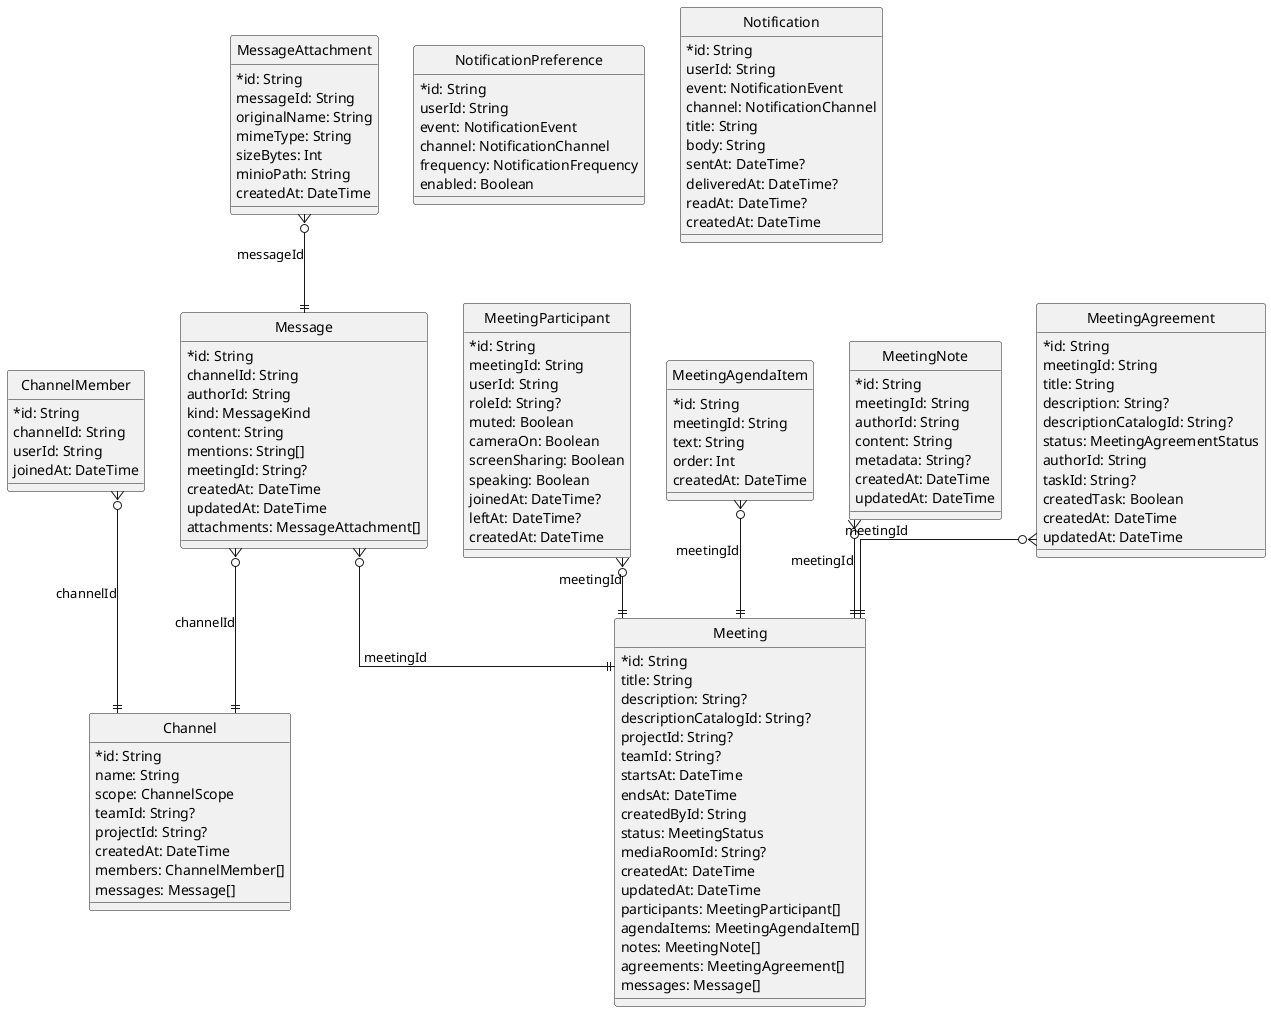
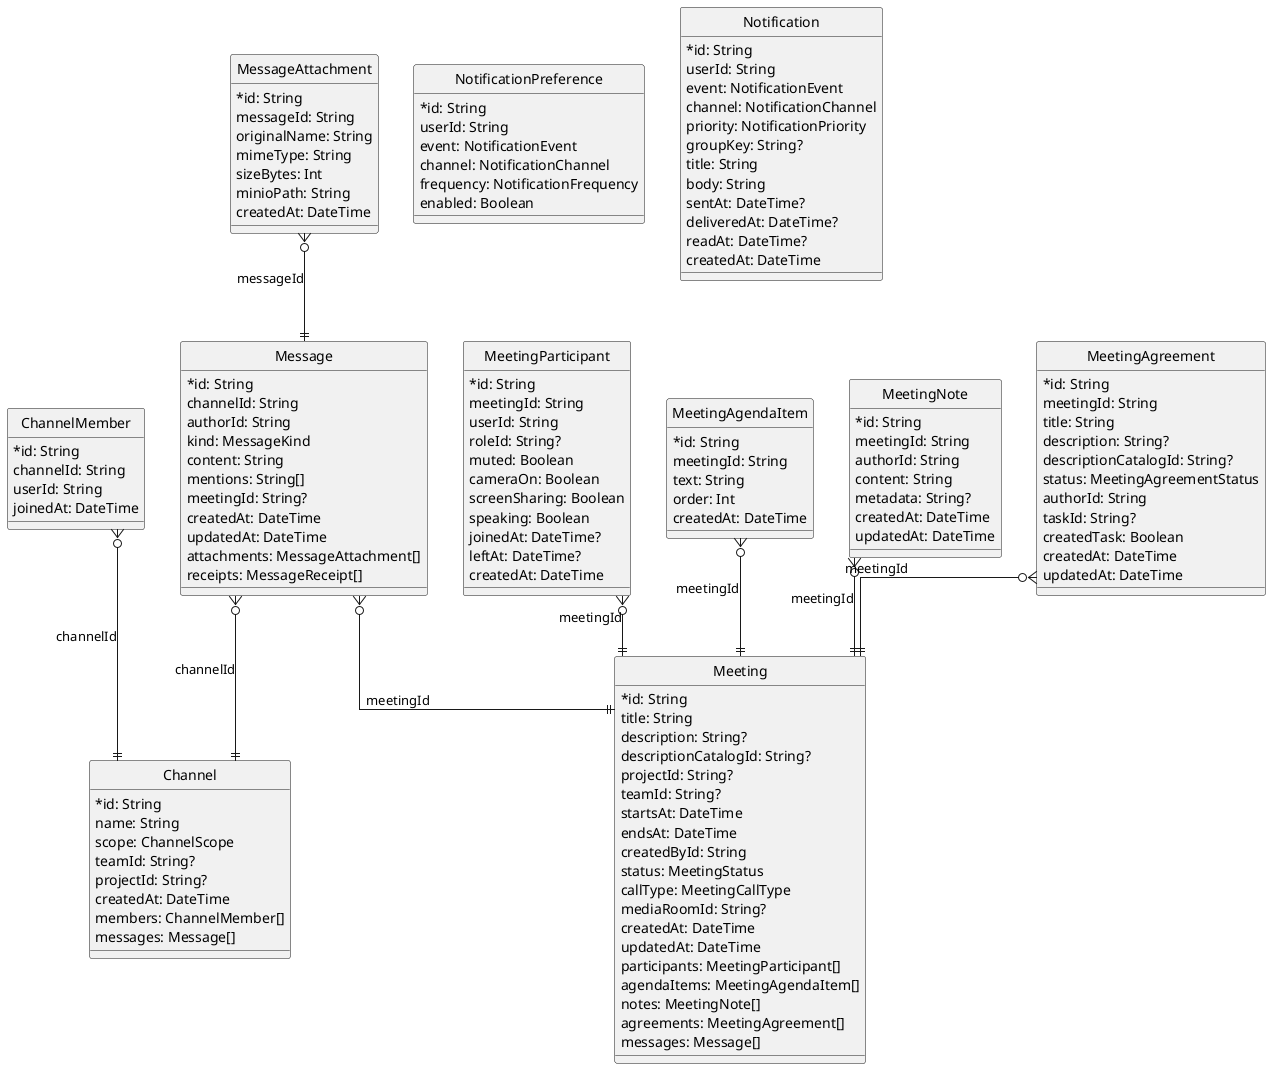
@startuml
hide circle
skinparam linetype ortho
skinparam classAttributeIconSize 0

entity "Channel" as Channel {
  * id: String
    name: String
    scope: ChannelScope
    teamId: String?
    projectId: String?
    createdAt: DateTime
    members: ChannelMember[]
    messages: Message[]
}

entity "ChannelMember" as ChannelMember {
  * id: String
    channelId: String
    userId: String
    joinedAt: DateTime
}

entity "Message" as Message {
  * id: String
    channelId: String
    authorId: String
    kind: MessageKind
    content: String
    mentions: String[]
    meetingId: String?
    createdAt: DateTime
    updatedAt: DateTime
    attachments: MessageAttachment[]
+     receipts: MessageReceipt[]
}

entity "MessageAttachment" as MessageAttachment {
  * id: String
    messageId: String
    originalName: String
    mimeType: String
    sizeBytes: Int
    minioPath: String
    createdAt: DateTime
}

entity "Meeting" as Meeting {
  * id: String
    title: String
    description: String?
    descriptionCatalogId: String?
    projectId: String?
    teamId: String?
    startsAt: DateTime
    endsAt: DateTime
    createdById: String
    status: MeetingStatus
+     callType: MeetingCallType
    mediaRoomId: String?
    createdAt: DateTime
    updatedAt: DateTime
    participants: MeetingParticipant[]
    agendaItems: MeetingAgendaItem[]
    notes: MeetingNote[]
    agreements: MeetingAgreement[]
    messages: Message[]
}

entity "MeetingParticipant" as MeetingParticipant {
  * id: String
    meetingId: String
    userId: String
    roleId: String?
    muted: Boolean
    cameraOn: Boolean
    screenSharing: Boolean
    speaking: Boolean
    joinedAt: DateTime?
    leftAt: DateTime?
    createdAt: DateTime
}

entity "MeetingAgendaItem" as MeetingAgendaItem {
  * id: String
    meetingId: String
    text: String
    order: Int
    createdAt: DateTime
}

entity "MeetingNote" as MeetingNote {
  * id: String
    meetingId: String
    authorId: String
    content: String
    metadata: String?
    createdAt: DateTime
    updatedAt: DateTime
}

entity "MeetingAgreement" as MeetingAgreement {
  * id: String
    meetingId: String
    title: String
    description: String?
    descriptionCatalogId: String?
    status: MeetingAgreementStatus
    authorId: String
    taskId: String?
    createdTask: Boolean
    createdAt: DateTime
    updatedAt: DateTime
}

entity "NotificationPreference" as NotificationPreference {
  * id: String
    userId: String
    event: NotificationEvent
    channel: NotificationChannel
    frequency: NotificationFrequency
    enabled: Boolean
}

entity "Notification" as Notification {
  * id: String
    userId: String
    event: NotificationEvent
    channel: NotificationChannel
+     priority: NotificationPriority
+     groupKey: String?
    title: String
    body: String
    sentAt: DateTime?
    deliveredAt: DateTime?
    readAt: DateTime?
    createdAt: DateTime
}

ChannelMember }o--|| Channel : channelId
Message }o--|| Channel : channelId
Message }o--|| Meeting : meetingId
MessageAttachment }o--|| Message : messageId
MeetingParticipant }o--|| Meeting : meetingId
MeetingAgendaItem }o--|| Meeting : meetingId
MeetingNote }o--|| Meeting : meetingId
MeetingAgreement }o--|| Meeting : meetingId

@enduml
